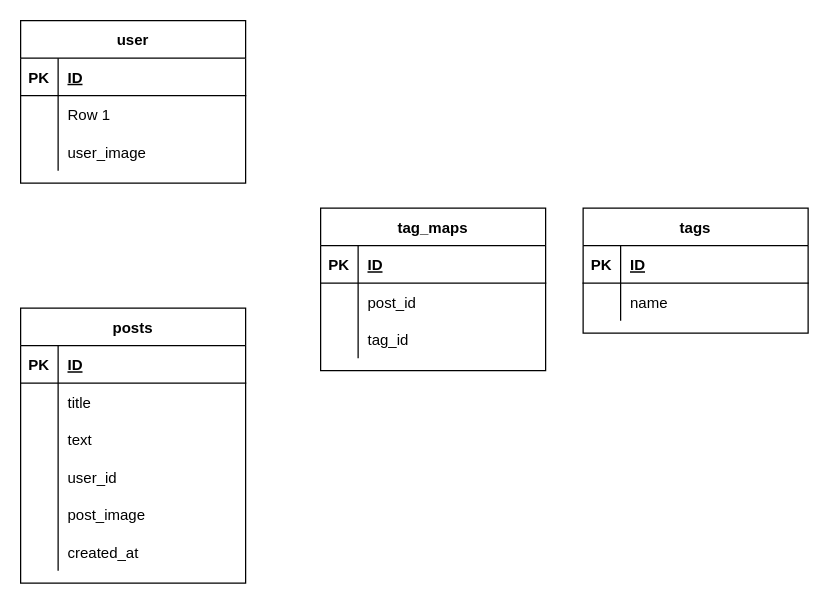
3582/Rails_portfolio keeps this draw.io diagram as docs/ER.drawio. Above is the earlier version. Source tidied: cells renumbered, new cells numbered last; positions are measured from the earlier drawing's top-left corner, leaving out a move shared by most shapes. Both pictures are drawn from the tidied source at 125%, with x=0, y=0 at pixel (20, 20).
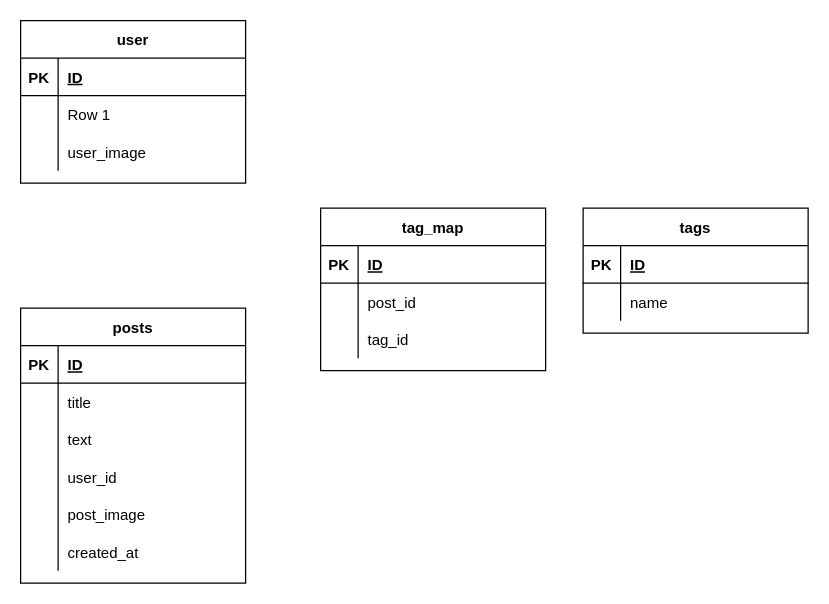
The same page after the edit.

Commit message:
ER.drawio を更新します

Change to the diagram source:
```diff
@@
-    <mxCell id="31" value="tag_maps" style="shape=table;startSize=30;childLayout=tableLayout;rowLines=0;fontStyle=1;align=center;" parent="1" vertex="1">
+    <mxCell id="31" value="tag_map" style="shape=table;startSize=30;childLayout=tableLayout;rowLines=0;fontStyle=1;align=center;" parent="1" vertex="1">
       <mxGeometry x="240" y="150" width="180" height="130" as="geometry" />
     </mxCell>
```
